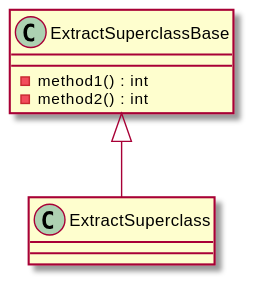
The PlantUML diagram uml/After/Extract/ExtractSuperclass.svg in claremacrae/RefactoringSamples, before a commit. Source of this version:
```plantuml
@startuml
class ExtractSuperclassBase {
    - method1() : int
    - method2() : int
}
class ExtractSuperclass {
}
ExtractSuperclassBase <|-- ExtractSuperclass
@enduml
```
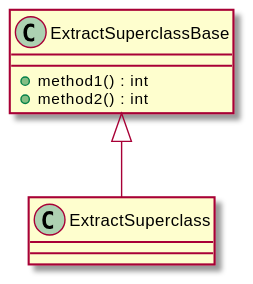
After the commit.

What changed in the source:
```diff
@@ -1,7 +1,7 @@
 @startuml
 class ExtractSuperclassBase {
-    - method1() : int
-    - method2() : int
+    + method1() : int
+    + method2() : int
 }
 class ExtractSuperclass {
 }
```
